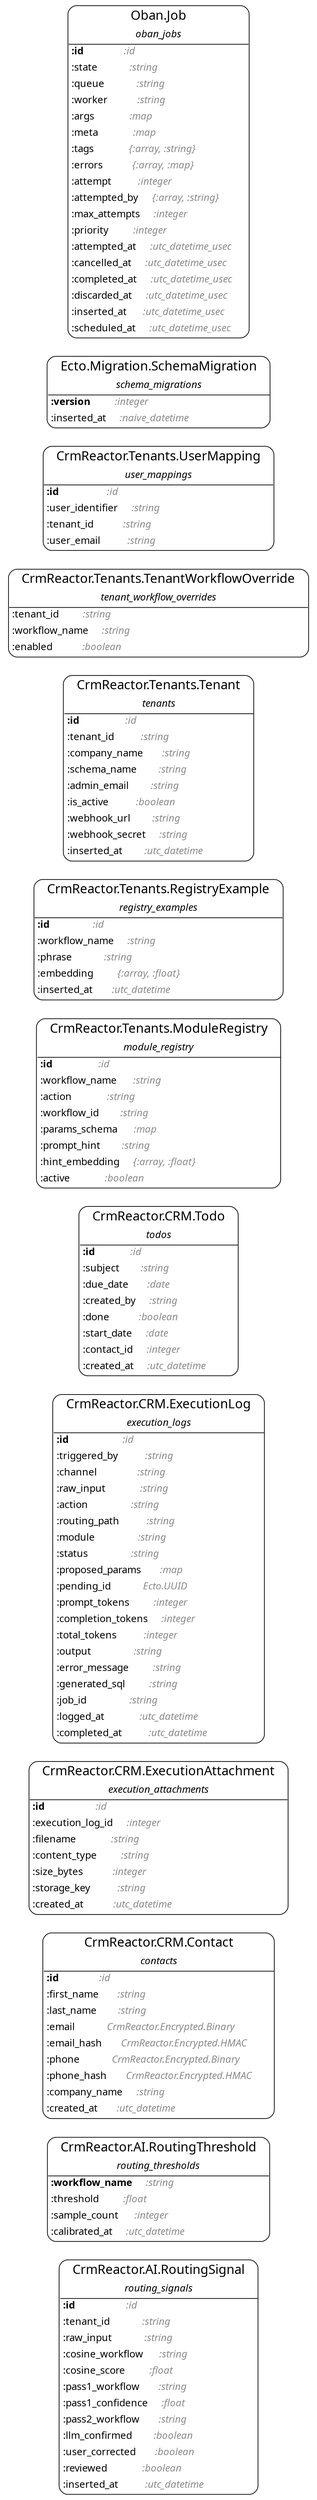
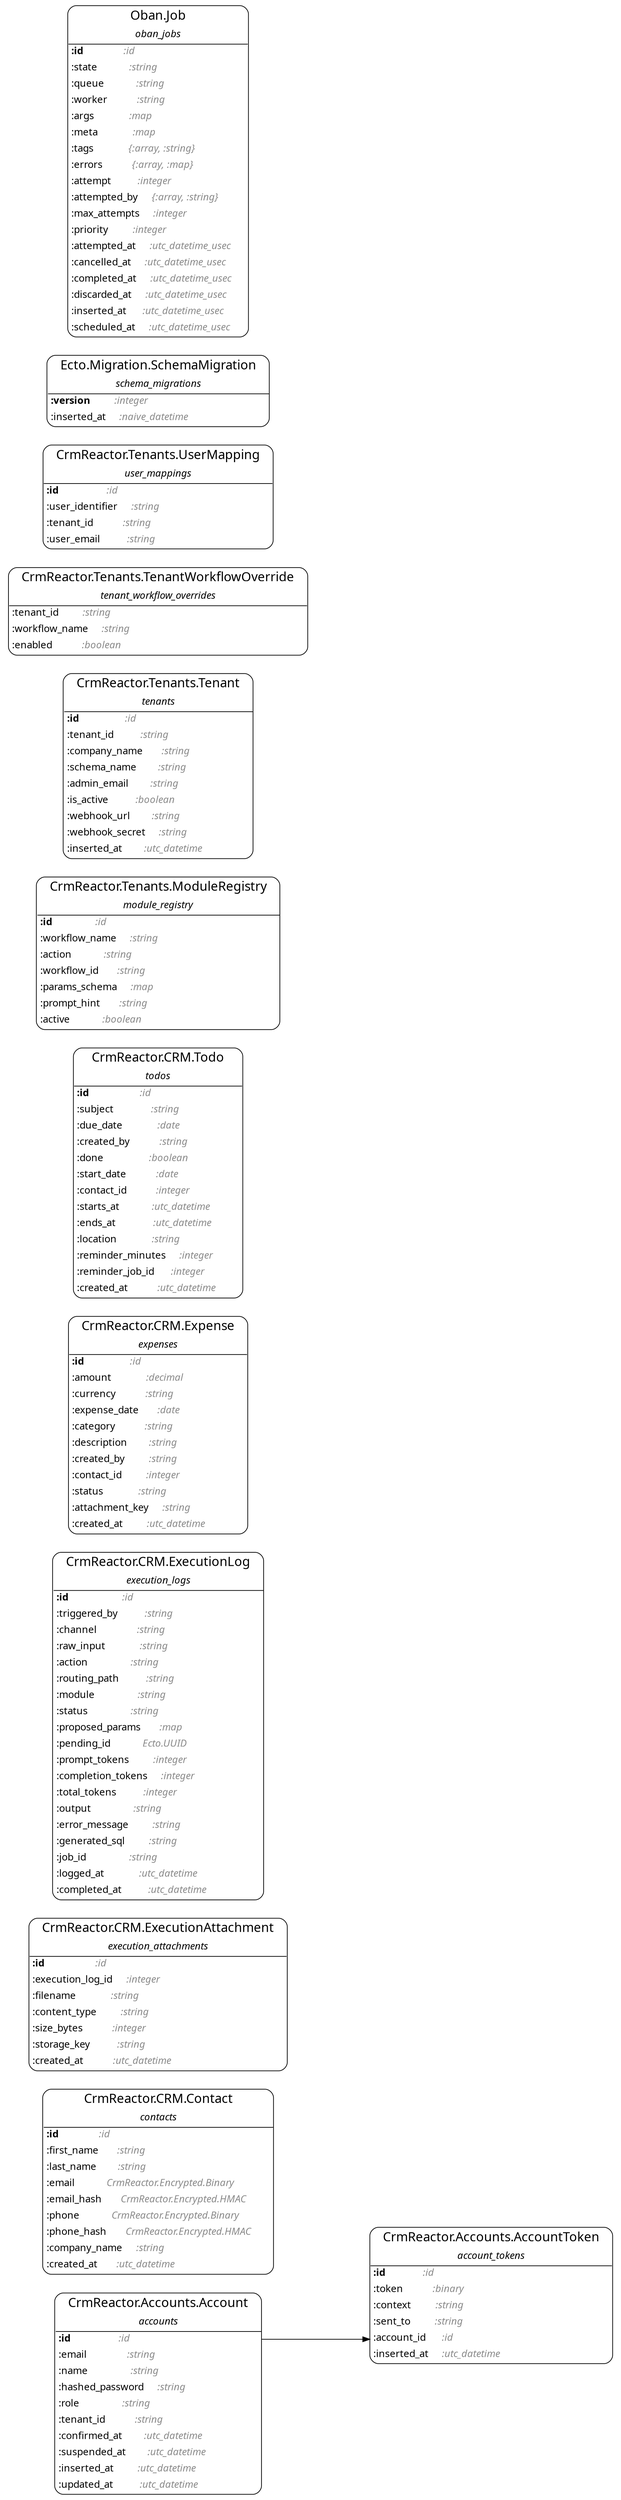
digraph {
  ranksep=1.0; rankdir=LR;
  node [shape = none, fontname="Roboto Mono"];
-   "CrmReactor.AI.RoutingSignal" [label= <<table align='left' border='1' style='rounded' cellspacing='0' cellpadding='4' cellborder='0'><tr><td port='header@schema_module'><font point-size='18'>   CrmReactor.AI.RoutingSignal   </font></td></tr><tr><td border='1' sides='b' colspan='2'><font point-size='14'><i>routing_signals</i></font></td></tr><tr><td align='left' port='field@id'><b>:id                   </b><i><font color='gray54'>:id               </font></i></td></tr><tr><td align='left' port='field@tenant_id'>:tenant_id            <i><font color='gray54'>:string           </font></i></td></tr><tr><td align='left' port='field@raw_input'>:raw_input            <i><font color='gray54'>:string           </font></i></td></tr><tr><td align='left' port='field@cosine_workflow'>:cosine_workflow      <i><font color='gray54'>:string           </font></i></td></tr><tr><td align='left' port='field@cosine_score'>:cosine_score         <i><font color='gray54'>:float            </font></i></td></tr><tr><td align='left' port='field@pass1_workflow'>:pass1_workflow       <i><font color='gray54'>:string           </font></i></td></tr><tr><td align='left' port='field@pass1_confidence'>:pass1_confidence     <i><font color='gray54'>:float            </font></i></td></tr><tr><td align='left' port='field@pass2_workflow'>:pass2_workflow       <i><font color='gray54'>:string           </font></i></td></tr><tr><td align='left' port='field@llm_confirmed'>:llm_confirmed        <i><font color='gray54'>:boolean          </font></i></td></tr><tr><td align='left' port='field@user_corrected'>:user_corrected       <i><font color='gray54'>:boolean          </font></i></td></tr><tr><td align='left' port='field@reviewed'>:reviewed             <i><font color='gray54'>:boolean          </font></i></td></tr><tr><td align='left' port='field@inserted_at'>:inserted_at          <i><font color='gray54'>:utc_datetime     </font></i></td></tr></table>>]
-   "CrmReactor.AI.RoutingThreshold" [label= <<table align='left' border='1' style='rounded' cellspacing='0' cellpadding='4' cellborder='0'><tr><td port='header@schema_module'><font point-size='18'>   CrmReactor.AI.RoutingThreshold   </font></td></tr><tr><td border='1' sides='b' colspan='2'><font point-size='14'><i>routing_thresholds</i></font></td></tr><tr><td align='left' port='field@workflow_name'><b>:workflow_name     </b><i><font color='gray54'>:string           </font></i></td></tr><tr><td align='left' port='field@threshold'>:threshold         <i><font color='gray54'>:float            </font></i></td></tr><tr><td align='left' port='field@sample_count'>:sample_count      <i><font color='gray54'>:integer          </font></i></td></tr><tr><td align='left' port='field@calibrated_at'>:calibrated_at     <i><font color='gray54'>:utc_datetime     </font></i></td></tr></table>>]
+   "CrmReactor.Accounts.Account" [label= <<table align='left' border='1' style='rounded' cellspacing='0' cellpadding='4' cellborder='0'><tr><td port='header@schema_module'><font point-size='18'>   CrmReactor.Accounts.Account   </font></td></tr><tr><td border='1' sides='b' colspan='2'><font point-size='14'><i>accounts</i></font></td></tr><tr><td align='left' port='field@id'><b>:id                  </b><i><font color='gray54'>:id               </font></i></td></tr><tr><td align='left' port='field@email'>:email               <i><font color='gray54'>:string           </font></i></td></tr><tr><td align='left' port='field@name'>:name                <i><font color='gray54'>:string           </font></i></td></tr><tr><td align='left' port='field@hashed_password'>:hashed_password     <i><font color='gray54'>:string           </font></i></td></tr><tr><td align='left' port='field@role'>:role                <i><font color='gray54'>:string           </font></i></td></tr><tr><td align='left' port='field@tenant_id'>:tenant_id           <i><font color='gray54'>:string           </font></i></td></tr><tr><td align='left' port='field@confirmed_at'>:confirmed_at        <i><font color='gray54'>:utc_datetime     </font></i></td></tr><tr><td align='left' port='field@suspended_at'>:suspended_at        <i><font color='gray54'>:utc_datetime     </font></i></td></tr><tr><td align='left' port='field@inserted_at'>:inserted_at         <i><font color='gray54'>:utc_datetime     </font></i></td></tr><tr><td align='left' port='field@updated_at'>:updated_at          <i><font color='gray54'>:utc_datetime     </font></i></td></tr></table>>]
+   "CrmReactor.Accounts.AccountToken" [label= <<table align='left' border='1' style='rounded' cellspacing='0' cellpadding='4' cellborder='0'><tr><td port='header@schema_module'><font point-size='18'>   CrmReactor.Accounts.AccountToken   </font></td></tr><tr><td border='1' sides='b' colspan='2'><font point-size='14'><i>account_tokens</i></font></td></tr><tr><td align='left' port='field@id'><b>:id              </b><i><font color='gray54'>:id               </font></i></td></tr><tr><td align='left' port='field@token'>:token           <i><font color='gray54'>:binary           </font></i></td></tr><tr><td align='left' port='field@context'>:context         <i><font color='gray54'>:string           </font></i></td></tr><tr><td align='left' port='field@sent_to'>:sent_to         <i><font color='gray54'>:string           </font></i></td></tr><tr><td align='left' port='field@account_id'>:account_id      <i><font color='gray54'>:id               </font></i></td></tr><tr><td align='left' port='field@inserted_at'>:inserted_at     <i><font color='gray54'>:utc_datetime     </font></i></td></tr></table>>]
  "CrmReactor.CRM.Contact" [label= <<table align='left' border='1' style='rounded' cellspacing='0' cellpadding='4' cellborder='0'><tr><td port='header@schema_module'><font point-size='18'>   CrmReactor.CRM.Contact   </font></td></tr><tr><td border='1' sides='b' colspan='2'><font point-size='14'><i>contacts</i></font></td></tr><tr><td align='left' port='field@id'><b>:id               </b><i><font color='gray54'>:id                             </font></i></td></tr><tr><td align='left' port='field@first_name'>:first_name       <i><font color='gray54'>:string                         </font></i></td></tr><tr><td align='left' port='field@last_name'>:last_name        <i><font color='gray54'>:string                         </font></i></td></tr><tr><td align='left' port='field@email'>:email            <i><font color='gray54'>CrmReactor.Encrypted.Binary     </font></i></td></tr><tr><td align='left' port='field@email_hash'>:email_hash       <i><font color='gray54'>CrmReactor.Encrypted.HMAC       </font></i></td></tr><tr><td align='left' port='field@phone'>:phone            <i><font color='gray54'>CrmReactor.Encrypted.Binary     </font></i></td></tr><tr><td align='left' port='field@phone_hash'>:phone_hash       <i><font color='gray54'>CrmReactor.Encrypted.HMAC       </font></i></td></tr><tr><td align='left' port='field@company_name'>:company_name     <i><font color='gray54'>:string                         </font></i></td></tr><tr><td align='left' port='field@created_at'>:created_at       <i><font color='gray54'>:utc_datetime                   </font></i></td></tr></table>>]
  "CrmReactor.CRM.ExecutionAttachment" [label= <<table align='left' border='1' style='rounded' cellspacing='0' cellpadding='4' cellborder='0'><tr><td port='header@schema_module'><font point-size='18'>   CrmReactor.CRM.ExecutionAttachment   </font></td></tr><tr><td border='1' sides='b' colspan='2'><font point-size='14'><i>execution_attachments</i></font></td></tr><tr><td align='left' port='field@id'><b>:id                   </b><i><font color='gray54'>:id               </font></i></td></tr><tr><td align='left' port='field@execution_log_id'>:execution_log_id     <i><font color='gray54'>:integer          </font></i></td></tr><tr><td align='left' port='field@filename'>:filename             <i><font color='gray54'>:string           </font></i></td></tr><tr><td align='left' port='field@content_type'>:content_type         <i><font color='gray54'>:string           </font></i></td></tr><tr><td align='left' port='field@size_bytes'>:size_bytes           <i><font color='gray54'>:integer          </font></i></td></tr><tr><td align='left' port='field@storage_key'>:storage_key          <i><font color='gray54'>:string           </font></i></td></tr><tr><td align='left' port='field@created_at'>:created_at           <i><font color='gray54'>:utc_datetime     </font></i></td></tr></table>>]
  "CrmReactor.CRM.ExecutionLog" [label= <<table align='left' border='1' style='rounded' cellspacing='0' cellpadding='4' cellborder='0'><tr><td port='header@schema_module'><font point-size='18'>   CrmReactor.CRM.ExecutionLog   </font></td></tr><tr><td border='1' sides='b' colspan='2'><font point-size='14'><i>execution_logs</i></font></td></tr><tr><td align='left' port='field@id'><b>:id                    </b><i><font color='gray54'>:id               </font></i></td></tr><tr><td align='left' port='field@triggered_by'>:triggered_by          <i><font color='gray54'>:string           </font></i></td></tr><tr><td align='left' port='field@channel'>:channel               <i><font color='gray54'>:string           </font></i></td></tr><tr><td align='left' port='field@raw_input'>:raw_input             <i><font color='gray54'>:string           </font></i></td></tr><tr><td align='left' port='field@action'>:action                <i><font color='gray54'>:string           </font></i></td></tr><tr><td align='left' port='field@routing_path'>:routing_path          <i><font color='gray54'>:string           </font></i></td></tr><tr><td align='left' port='field@module'>:module                <i><font color='gray54'>:string           </font></i></td></tr><tr><td align='left' port='field@status'>:status                <i><font color='gray54'>:string           </font></i></td></tr><tr><td align='left' port='field@proposed_params'>:proposed_params       <i><font color='gray54'>:map              </font></i></td></tr><tr><td align='left' port='field@pending_id'>:pending_id            <i><font color='gray54'>Ecto.UUID         </font></i></td></tr><tr><td align='left' port='field@prompt_tokens'>:prompt_tokens         <i><font color='gray54'>:integer          </font></i></td></tr><tr><td align='left' port='field@completion_tokens'>:completion_tokens     <i><font color='gray54'>:integer          </font></i></td></tr><tr><td align='left' port='field@total_tokens'>:total_tokens          <i><font color='gray54'>:integer          </font></i></td></tr><tr><td align='left' port='field@output'>:output                <i><font color='gray54'>:string           </font></i></td></tr><tr><td align='left' port='field@error_message'>:error_message         <i><font color='gray54'>:string           </font></i></td></tr><tr><td align='left' port='field@generated_sql'>:generated_sql         <i><font color='gray54'>:string           </font></i></td></tr><tr><td align='left' port='field@job_id'>:job_id                <i><font color='gray54'>:string           </font></i></td></tr><tr><td align='left' port='field@logged_at'>:logged_at             <i><font color='gray54'>:utc_datetime     </font></i></td></tr><tr><td align='left' port='field@completed_at'>:completed_at          <i><font color='gray54'>:utc_datetime     </font></i></td></tr></table>>]
-   "CrmReactor.CRM.Todo" [label= <<table align='left' border='1' style='rounded' cellspacing='0' cellpadding='4' cellborder='0'><tr><td port='header@schema_module'><font point-size='18'>   CrmReactor.CRM.Todo   </font></td></tr><tr><td border='1' sides='b' colspan='2'><font point-size='14'><i>todos</i></font></td></tr><tr><td align='left' port='field@id'><b>:id             </b><i><font color='gray54'>:id               </font></i></td></tr><tr><td align='left' port='field@subject'>:subject        <i><font color='gray54'>:string           </font></i></td></tr><tr><td align='left' port='field@due_date'>:due_date       <i><font color='gray54'>:date             </font></i></td></tr><tr><td align='left' port='field@created_by'>:created_by     <i><font color='gray54'>:string           </font></i></td></tr><tr><td align='left' port='field@done'>:done           <i><font color='gray54'>:boolean          </font></i></td></tr><tr><td align='left' port='field@start_date'>:start_date     <i><font color='gray54'>:date             </font></i></td></tr><tr><td align='left' port='field@contact_id'>:contact_id     <i><font color='gray54'>:integer          </font></i></td></tr><tr><td align='left' port='field@created_at'>:created_at     <i><font color='gray54'>:utc_datetime     </font></i></td></tr></table>>]
-   "CrmReactor.Tenants.ModuleRegistry" [label= <<table align='left' border='1' style='rounded' cellspacing='0' cellpadding='4' cellborder='0'><tr><td port='header@schema_module'><font point-size='18'>   CrmReactor.Tenants.ModuleRegistry   </font></td></tr><tr><td border='1' sides='b' colspan='2'><font point-size='14'><i>module_registry</i></font></td></tr><tr><td align='left' port='field@id'><b>:id                 </b><i><font color='gray54'>:id                  </font></i></td></tr><tr><td align='left' port='field@workflow_name'>:workflow_name      <i><font color='gray54'>:string              </font></i></td></tr><tr><td align='left' port='field@action'>:action             <i><font color='gray54'>:string              </font></i></td></tr><tr><td align='left' port='field@workflow_id'>:workflow_id        <i><font color='gray54'>:string              </font></i></td></tr><tr><td align='left' port='field@params_schema'>:params_schema      <i><font color='gray54'>:map                 </font></i></td></tr><tr><td align='left' port='field@prompt_hint'>:prompt_hint        <i><font color='gray54'>:string              </font></i></td></tr><tr><td align='left' port='field@hint_embedding'>:hint_embedding     <i><font color='gray54'>{:array, :float}     </font></i></td></tr><tr><td align='left' port='field@active'>:active             <i><font color='gray54'>:boolean             </font></i></td></tr></table>>]
-   "CrmReactor.Tenants.RegistryExample" [label= <<table align='left' border='1' style='rounded' cellspacing='0' cellpadding='4' cellborder='0'><tr><td port='header@schema_module'><font point-size='18'>   CrmReactor.Tenants.RegistryExample   </font></td></tr><tr><td border='1' sides='b' colspan='2'><font point-size='14'><i>registry_examples</i></font></td></tr><tr><td align='left' port='field@id'><b>:id                </b><i><font color='gray54'>:id                  </font></i></td></tr><tr><td align='left' port='field@workflow_name'>:workflow_name     <i><font color='gray54'>:string              </font></i></td></tr><tr><td align='left' port='field@phrase'>:phrase            <i><font color='gray54'>:string              </font></i></td></tr><tr><td align='left' port='field@embedding'>:embedding         <i><font color='gray54'>{:array, :float}     </font></i></td></tr><tr><td align='left' port='field@inserted_at'>:inserted_at       <i><font color='gray54'>:utc_datetime        </font></i></td></tr></table>>]
+   "CrmReactor.CRM.Expense" [label= <<table align='left' border='1' style='rounded' cellspacing='0' cellpadding='4' cellborder='0'><tr><td port='header@schema_module'><font point-size='18'>   CrmReactor.CRM.Expense   </font></td></tr><tr><td border='1' sides='b' colspan='2'><font point-size='14'><i>expenses</i></font></td></tr><tr><td align='left' port='field@id'><b>:id                 </b><i><font color='gray54'>:id               </font></i></td></tr><tr><td align='left' port='field@amount'>:amount             <i><font color='gray54'>:decimal          </font></i></td></tr><tr><td align='left' port='field@currency'>:currency           <i><font color='gray54'>:string           </font></i></td></tr><tr><td align='left' port='field@expense_date'>:expense_date       <i><font color='gray54'>:date             </font></i></td></tr><tr><td align='left' port='field@category'>:category           <i><font color='gray54'>:string           </font></i></td></tr><tr><td align='left' port='field@description'>:description        <i><font color='gray54'>:string           </font></i></td></tr><tr><td align='left' port='field@created_by'>:created_by         <i><font color='gray54'>:string           </font></i></td></tr><tr><td align='left' port='field@contact_id'>:contact_id         <i><font color='gray54'>:integer          </font></i></td></tr><tr><td align='left' port='field@status'>:status             <i><font color='gray54'>:string           </font></i></td></tr><tr><td align='left' port='field@attachment_key'>:attachment_key     <i><font color='gray54'>:string           </font></i></td></tr><tr><td align='left' port='field@created_at'>:created_at         <i><font color='gray54'>:utc_datetime     </font></i></td></tr></table>>]
+   "CrmReactor.CRM.Todo" [label= <<table align='left' border='1' style='rounded' cellspacing='0' cellpadding='4' cellborder='0'><tr><td port='header@schema_module'><font point-size='18'>   CrmReactor.CRM.Todo   </font></td></tr><tr><td border='1' sides='b' colspan='2'><font point-size='14'><i>todos</i></font></td></tr><tr><td align='left' port='field@id'><b>:id                   </b><i><font color='gray54'>:id               </font></i></td></tr><tr><td align='left' port='field@subject'>:subject              <i><font color='gray54'>:string           </font></i></td></tr><tr><td align='left' port='field@due_date'>:due_date             <i><font color='gray54'>:date             </font></i></td></tr><tr><td align='left' port='field@created_by'>:created_by           <i><font color='gray54'>:string           </font></i></td></tr><tr><td align='left' port='field@done'>:done                 <i><font color='gray54'>:boolean          </font></i></td></tr><tr><td align='left' port='field@start_date'>:start_date           <i><font color='gray54'>:date             </font></i></td></tr><tr><td align='left' port='field@contact_id'>:contact_id           <i><font color='gray54'>:integer          </font></i></td></tr><tr><td align='left' port='field@starts_at'>:starts_at            <i><font color='gray54'>:utc_datetime     </font></i></td></tr><tr><td align='left' port='field@ends_at'>:ends_at              <i><font color='gray54'>:utc_datetime     </font></i></td></tr><tr><td align='left' port='field@location'>:location             <i><font color='gray54'>:string           </font></i></td></tr><tr><td align='left' port='field@reminder_minutes'>:reminder_minutes     <i><font color='gray54'>:integer          </font></i></td></tr><tr><td align='left' port='field@reminder_job_id'>:reminder_job_id      <i><font color='gray54'>:integer          </font></i></td></tr><tr><td align='left' port='field@created_at'>:created_at           <i><font color='gray54'>:utc_datetime     </font></i></td></tr></table>>]
+   "CrmReactor.Tenants.ModuleRegistry" [label= <<table align='left' border='1' style='rounded' cellspacing='0' cellpadding='4' cellborder='0'><tr><td port='header@schema_module'><font point-size='18'>   CrmReactor.Tenants.ModuleRegistry   </font></td></tr><tr><td border='1' sides='b' colspan='2'><font point-size='14'><i>module_registry</i></font></td></tr><tr><td align='left' port='field@id'><b>:id                </b><i><font color='gray54'>:id          </font></i></td></tr><tr><td align='left' port='field@workflow_name'>:workflow_name     <i><font color='gray54'>:string      </font></i></td></tr><tr><td align='left' port='field@action'>:action            <i><font color='gray54'>:string      </font></i></td></tr><tr><td align='left' port='field@workflow_id'>:workflow_id       <i><font color='gray54'>:string      </font></i></td></tr><tr><td align='left' port='field@params_schema'>:params_schema     <i><font color='gray54'>:map         </font></i></td></tr><tr><td align='left' port='field@prompt_hint'>:prompt_hint       <i><font color='gray54'>:string      </font></i></td></tr><tr><td align='left' port='field@active'>:active            <i><font color='gray54'>:boolean     </font></i></td></tr></table>>]
  "CrmReactor.Tenants.Tenant" [label= <<table align='left' border='1' style='rounded' cellspacing='0' cellpadding='4' cellborder='0'><tr><td port='header@schema_module'><font point-size='18'>   CrmReactor.Tenants.Tenant   </font></td></tr><tr><td border='1' sides='b' colspan='2'><font point-size='14'><i>tenants</i></font></td></tr><tr><td align='left' port='field@id'><b>:id                 </b><i><font color='gray54'>:id               </font></i></td></tr><tr><td align='left' port='field@tenant_id'>:tenant_id          <i><font color='gray54'>:string           </font></i></td></tr><tr><td align='left' port='field@company_name'>:company_name       <i><font color='gray54'>:string           </font></i></td></tr><tr><td align='left' port='field@schema_name'>:schema_name        <i><font color='gray54'>:string           </font></i></td></tr><tr><td align='left' port='field@admin_email'>:admin_email        <i><font color='gray54'>:string           </font></i></td></tr><tr><td align='left' port='field@is_active'>:is_active          <i><font color='gray54'>:boolean          </font></i></td></tr><tr><td align='left' port='field@webhook_url'>:webhook_url        <i><font color='gray54'>:string           </font></i></td></tr><tr><td align='left' port='field@webhook_secret'>:webhook_secret     <i><font color='gray54'>:string           </font></i></td></tr><tr><td align='left' port='field@inserted_at'>:inserted_at        <i><font color='gray54'>:utc_datetime     </font></i></td></tr></table>>]
  "CrmReactor.Tenants.TenantWorkflowOverride" [label= <<table align='left' border='1' style='rounded' cellspacing='0' cellpadding='4' cellborder='0'><tr><td port='header@schema_module'><font point-size='18'>   CrmReactor.Tenants.TenantWorkflowOverride   </font></td></tr><tr><td border='1' sides='b' colspan='2'><font point-size='14'><i>tenant_workflow_overrides</i></font></td></tr><tr><td align='left' port='field@tenant_id'>:tenant_id         <i><font color='gray54'>:string      </font></i></td></tr><tr><td align='left' port='field@workflow_name'>:workflow_name     <i><font color='gray54'>:string      </font></i></td></tr><tr><td align='left' port='field@enabled'>:enabled           <i><font color='gray54'>:boolean     </font></i></td></tr></table>>]
  "CrmReactor.Tenants.UserMapping" [label= <<table align='left' border='1' style='rounded' cellspacing='0' cellpadding='4' cellborder='0'><tr><td port='header@schema_module'><font point-size='18'>   CrmReactor.Tenants.UserMapping   </font></td></tr><tr><td border='1' sides='b' colspan='2'><font point-size='14'><i>user_mappings</i></font></td></tr><tr><td align='left' port='field@id'><b>:id                  </b><i><font color='gray54'>:id         </font></i></td></tr><tr><td align='left' port='field@user_identifier'>:user_identifier     <i><font color='gray54'>:string     </font></i></td></tr><tr><td align='left' port='field@tenant_id'>:tenant_id           <i><font color='gray54'>:string     </font></i></td></tr><tr><td align='left' port='field@user_email'>:user_email          <i><font color='gray54'>:string     </font></i></td></tr></table>>]
  "Ecto.Migration.SchemaMigration" [label= <<table align='left' border='1' style='rounded' cellspacing='0' cellpadding='4' cellborder='0'><tr><td port='header@schema_module'><font point-size='18'>   Ecto.Migration.SchemaMigration   </font></td></tr><tr><td border='1' sides='b' colspan='2'><font point-size='14'><i>schema_migrations</i></font></td></tr><tr><td align='left' port='field@version'><b>:version         </b><i><font color='gray54'>:integer            </font></i></td></tr><tr><td align='left' port='field@inserted_at'>:inserted_at     <i><font color='gray54'>:naive_datetime     </font></i></td></tr></table>>]
  "Oban.Job" [label= <<table align='left' border='1' style='rounded' cellspacing='0' cellpadding='4' cellborder='0'><tr><td port='header@schema_module'><font point-size='18'>   Oban.Job   </font></td></tr><tr><td border='1' sides='b' colspan='2'><font point-size='14'><i>oban_jobs</i></font></td></tr><tr><td align='left' port='field@id'><b>:id               </b><i><font color='gray54'>:id                    </font></i></td></tr><tr><td align='left' port='field@state'>:state            <i><font color='gray54'>:string                </font></i></td></tr><tr><td align='left' port='field@queue'>:queue            <i><font color='gray54'>:string                </font></i></td></tr><tr><td align='left' port='field@worker'>:worker           <i><font color='gray54'>:string                </font></i></td></tr><tr><td align='left' port='field@args'>:args             <i><font color='gray54'>:map                   </font></i></td></tr><tr><td align='left' port='field@meta'>:meta             <i><font color='gray54'>:map                   </font></i></td></tr><tr><td align='left' port='field@tags'>:tags             <i><font color='gray54'>{:array, :string}      </font></i></td></tr><tr><td align='left' port='field@errors'>:errors           <i><font color='gray54'>{:array, :map}         </font></i></td></tr><tr><td align='left' port='field@attempt'>:attempt          <i><font color='gray54'>:integer               </font></i></td></tr><tr><td align='left' port='field@attempted_by'>:attempted_by     <i><font color='gray54'>{:array, :string}      </font></i></td></tr><tr><td align='left' port='field@max_attempts'>:max_attempts     <i><font color='gray54'>:integer               </font></i></td></tr><tr><td align='left' port='field@priority'>:priority         <i><font color='gray54'>:integer               </font></i></td></tr><tr><td align='left' port='field@attempted_at'>:attempted_at     <i><font color='gray54'>:utc_datetime_usec     </font></i></td></tr><tr><td align='left' port='field@cancelled_at'>:cancelled_at     <i><font color='gray54'>:utc_datetime_usec     </font></i></td></tr><tr><td align='left' port='field@completed_at'>:completed_at     <i><font color='gray54'>:utc_datetime_usec     </font></i></td></tr><tr><td align='left' port='field@discarded_at'>:discarded_at     <i><font color='gray54'>:utc_datetime_usec     </font></i></td></tr><tr><td align='left' port='field@inserted_at'>:inserted_at      <i><font color='gray54'>:utc_datetime_usec     </font></i></td></tr><tr><td align='left' port='field@scheduled_at'>:scheduled_at     <i><font color='gray54'>:utc_datetime_usec     </font></i></td></tr></table>>]

- 
+   "CrmReactor.Accounts.Account":"field@id":e -> "CrmReactor.Accounts.AccountToken":"field@account_id":w
}
